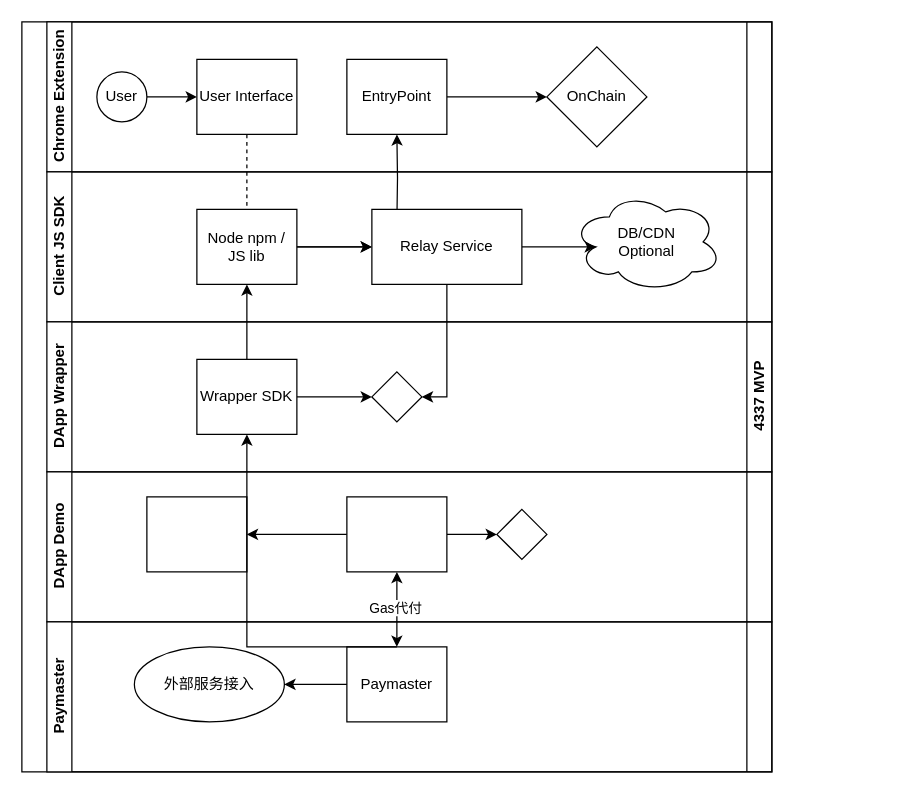
Before: dev-docs/4337-product-architecture.drawio in secret-dev87/smart-contract-wallet-4337, a draw.io diagram. Source tidied: cells renumbered, new cells numbered last; positions are measured from the earlier drawing's top-left corner, leaving out a move shared by most shapes. Both pictures are drawn from the tidied source at 125%, with x=0, y=0 at pixel (21, 21).
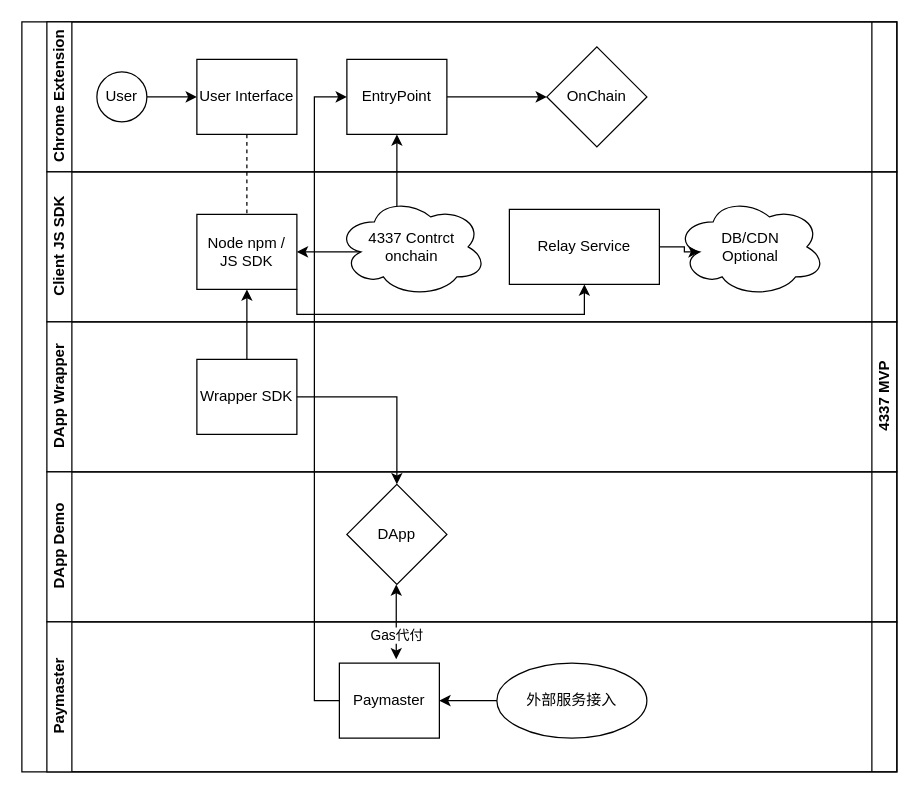
After the change.

The change refers to these unchanged cells:
```xml
<mxCell id="10" value="EntryPoint" style="rounded=0;whiteSpace=wrap;html=1;fontFamily=Helvetica;fontSize=12;fontColor=#000000;align=center;" parent="5" vertex="1">
  <mxGeometry x="240" y="30" width="80" height="60" as="geometry" />
</mxCell>
<mxCell id="18" value="Wrapper SDK" style="rounded=0;whiteSpace=wrap;html=1;fontFamily=Helvetica;fontSize=12;fontColor=#000000;align=center;" parent="16" vertex="1">
  <mxGeometry x="120" y="30" width="80" height="60" as="geometry" />
</mxCell>
```

The edit, as a diff of the source:
```diff
@@
     <mxCell id="2" value="4337 MVP" style="swimlane;html=1;horizontal=0;startSize=20;direction=west;" parent="1" vertex="1">
-      <mxGeometry width="600" height="600" as="geometry" />
+      <mxGeometry width="700" height="600" as="geometry" />
     </mxCell>
@@
-    <mxCell id="4" style="edgeStyle=orthogonalEdgeStyle;rounded=0;jettySize=auto;html=1;endArrow=classic;endFill=1;" parent="2" edge="1" target="10">
-      <mxGeometry relative="1" as="geometry">
-        <mxPoint x="300" y="160" as="sourcePoint" />
-      </mxGeometry>
+    <mxCell id="4" style="edgeStyle=orthogonalEdgeStyle;rounded=0;jettySize=auto;html=1;endArrow=classic;endFill=1;exitX=0.4;exitY=0.1;exitDx=0;exitDy=0;exitPerimeter=0;" parent="2" edge="1" source="39" target="10">
+      <mxGeometry relative="1" as="geometry" />
     </mxCell>
     <mxCell id="5" value="Chrome Extension" style="swimlane;html=1;startSize=20;horizontal=0;" parent="2" vertex="1">
-      <mxGeometry x="20" width="580" height="120" as="geometry" />
+      <mxGeometry x="20" width="680" height="120" as="geometry" />
     </mxCell>
@@
     <mxCell id="12" value="Client JS SDK" style="swimlane;html=1;startSize=20;horizontal=0;" parent="2" vertex="1">
-      <mxGeometry x="20" y="120" width="580" height="120" as="geometry" />
+      <mxGeometry x="20" y="120" width="680" height="120" as="geometry" />
     </mxCell>
-    <mxCell id="13" style="edgeStyle=orthogonalEdgeStyle;rounded=0;jettySize=auto;html=1;endArrow=classic;endFill=1;" parent="12" edge="1" source="14">
-      <mxGeometry relative="1" as="geometry">
-        <mxPoint x="260" y="60" as="targetPoint" />
-      </mxGeometry>
-    </mxCell>
+    <mxCell id="36" style="edgeStyle=orthogonalEdgeStyle;rounded=0;jettySize=auto;html=1;exitX=1;exitY=1;exitDx=0;exitDy=0;entryX=0.5;entryY=1;entryDx=0;entryDy=0;" parent="12" edge="1" source="14" target="35">
+      <mxGeometry relative="1" as="geometry" />
+    </mxCell>
-    <mxCell id="14" value="Node npm /&lt;br&gt;JS lib" style="rounded=0;whiteSpace=wrap;html=1;fontFamily=Helvetica;fontSize=12;fontColor=#000000;align=center;" parent="12" vertex="1">
-      <mxGeometry x="120" y="30" width="80" height="60" as="geometry" />
+    <mxCell id="14" value="Node npm /&lt;br&gt;JS SDK" style="rounded=0;whiteSpace=wrap;html=1;fontFamily=Helvetica;fontSize=12;fontColor=#000000;align=center;" parent="12" vertex="1">
+      <mxGeometry x="120" y="34" width="80" height="60" as="geometry" />
     </mxCell>
     <mxCell id="15" value="DB/CDN&lt;br&gt;Optional" style="ellipse;shape=cloud;whiteSpace=wrap;html=1;fontColor=#000000;rounded=0;" parent="12" vertex="1">
-      <mxGeometry x="420" y="16" width="120" height="80" as="geometry" />
+      <mxGeometry x="503" y="20" width="120" height="80" as="geometry" />
     </mxCell>
+    <mxCell id="38" style="edgeStyle=orthogonalEdgeStyle;rounded=0;jettySize=auto;html=1;exitX=0.16;exitY=0.55;exitDx=0;exitDy=0;exitPerimeter=0;" parent="12" edge="1" source="39" target="14">
+      <mxGeometry relative="1" as="geometry" />
+    </mxCell>
+    <mxCell id="39" value="4337 Contrct&lt;br&gt;onchain" style="ellipse;shape=cloud;whiteSpace=wrap;html=1;fontColor=#000000;rounded=0;" parent="12" vertex="1">
+      <mxGeometry x="232" y="20" width="120" height="80" as="geometry" />
+    </mxCell>
+    <mxCell id="35" value="Relay Service" style="whiteSpace=wrap;html=1;fontColor=#000000;rounded=0;" parent="12" vertex="1">
+      <mxGeometry x="370" y="30" width="120" height="60" as="geometry" />
+    </mxCell>
+    <mxCell id="34" style="edgeStyle=orthogonalEdgeStyle;rounded=0;jettySize=auto;html=1;entryX=0.16;entryY=0.55;entryDx=0;entryDy=0;entryPerimeter=0;" parent="12" edge="1" source="35" target="15">
+      <mxGeometry relative="1" as="geometry" />
+    </mxCell>
     <mxCell id="16" value="DApp Wrapper" style="swimlane;html=1;startSize=20;horizontal=0;" parent="2" vertex="1">
-      <mxGeometry x="20" y="240" width="580" height="120" as="geometry" />
+      <mxGeometry x="20" y="240" width="680" height="120" as="geometry" />
     </mxCell>
-    <mxCell id="17" style="edgeStyle=orthogonalEdgeStyle;rounded=0;jettySize=auto;html=1;endArrow=classic;endFill=1;" parent="16" edge="1" source="18" target="19">
-      <mxGeometry relative="1" as="geometry" />
-    </mxCell>
@@
-    <mxCell id="19" style="rhombus;whiteSpace=wrap;html=1;fontFamily=Helvetica;fontSize=12;fontColor=#000000;align=center;" parent="16" vertex="1">
-      <mxGeometry x="260" y="40" width="40" height="40" as="geometry" />
-    </mxCell>
     <mxCell id="20" value="DApp Demo" style="swimlane;html=1;startSize=20;horizontal=0;" parent="2" vertex="1">
-      <mxGeometry x="20" y="360" width="580" height="120" as="geometry" />
+      <mxGeometry x="20" y="360" width="680" height="120" as="geometry" />
     </mxCell>
-    <mxCell id="21" style="edgeStyle=orthogonalEdgeStyle;rounded=0;jettySize=auto;html=1;endArrow=classic;endFill=1;" parent="20" edge="1" source="23" target="24">
-      <mxGeometry relative="1" as="geometry" />
-    </mxCell>
-    <mxCell id="22" style="edgeStyle=orthogonalEdgeStyle;rounded=0;jettySize=auto;html=1;" parent="20" edge="1" source="23" target="25">
-      <mxGeometry relative="1" as="geometry" />
-    </mxCell>
-    <mxCell id="23" style="rounded=0;whiteSpace=wrap;html=1;fontFamily=Helvetica;fontSize=12;fontColor=#000000;align=center;" parent="20" vertex="1">
-      <mxGeometry x="240" y="20" width="80" height="60" as="geometry" />
-    </mxCell>
-    <mxCell id="24" style="rhombus;whiteSpace=wrap;html=1;fontFamily=Helvetica;fontSize=12;fontColor=#000000;align=center;" parent="20" vertex="1">
-      <mxGeometry x="360" y="30" width="40" height="40" as="geometry" />
-    </mxCell>
-    <mxCell id="25" style="rounded=0;whiteSpace=wrap;html=1;fontFamily=Helvetica;fontSize=12;fontColor=#000000;align=center;" parent="20" vertex="1">
-      <mxGeometry x="80" y="20" width="80" height="60" as="geometry" />
-    </mxCell>
+    <mxCell id="40" value="DApp" style="rhombus;whiteSpace=wrap;html=1;fontColor=#000000;rounded=0;" parent="20" vertex="1">
+      <mxGeometry x="240" y="10" width="80" height="80" as="geometry" />
+    </mxCell>
     <mxCell id="26" value="Paymaster" style="swimlane;html=1;startSize=20;horizontal=0;" parent="2" vertex="1">
-      <mxGeometry x="20" y="480" width="580" height="120" as="geometry" />
+      <mxGeometry x="20" y="480" width="680" height="120" as="geometry" />
     </mxCell>
     <mxCell id="27" value="Paymaster" style="rounded=0;whiteSpace=wrap;html=1;fontFamily=Helvetica;fontSize=12;fontColor=#000000;align=center;" parent="26" vertex="1">
-      <mxGeometry x="240" y="20" width="80" height="60" as="geometry" />
+      <mxGeometry x="234" y="33" width="80" height="60" as="geometry" />
     </mxCell>
     <mxCell id="28" value="外部服务接入" style="ellipse;whiteSpace=wrap;html=1;fontColor=#000000;rounded=0;" parent="26" vertex="1">
-      <mxGeometry x="70" y="20" width="120" height="60" as="geometry" />
+      <mxGeometry x="360" y="33" width="120" height="60" as="geometry" />
     </mxCell>
-    <mxCell id="29" style="edgeStyle=orthogonalEdgeStyle;rounded=0;jettySize=auto;html=1;" parent="26" edge="1" source="27" target="28">
-      <mxGeometry relative="1" as="geometry" />
-    </mxCell>
+    <mxCell id="41" style="endArrow=classic;html=1;rounded=0;exitX=0;exitY=0.5;exitDx=0;exitDy=0;entryX=1;entryY=0.5;entryDx=0;entryDy=0;" parent="26" edge="1" source="28" target="27">
+      <mxGeometry relative="1" as="geometry" />
+    </mxCell>
-    <mxCell id="30" style="endArrow=classic;startArrow=classic;html=1;rounded=0;entryX=0.5;entryY=1;entryDx=0;entryDy=0;" parent="26" edge="1" target="23">
+    <mxCell id="30" style="endArrow=classic;startArrow=classic;html=1;rounded=0;entryX=0.5;entryY=1;entryDx=0;entryDy=0;" parent="26" edge="1">
       <mxGeometry relative="1" as="geometry">
-        <mxPoint x="280" y="20" as="sourcePoint" />
+        <mxPoint x="279.5" y="30" as="sourcePoint" />
+        <mxPoint x="279.5" y="-30" as="targetPoint" />
       </mxGeometry>
     </mxCell>
     <mxCell id="31" value="Gas代付" style="edgeLabel;html=1;align=center;verticalAlign=middle;" parent="30" vertex="1">
-      <mxGeometry x="0.07" y="2" relative="1" as="geometry" />
+      <mxGeometry x="0.07" y="2" relative="1" as="geometry">
+        <mxPoint x="2" y="12" as="offset" />
+      </mxGeometry>
     </mxCell>
@@
-    <mxCell id="33" style="edgeStyle=orthogonalEdgeStyle;rounded=0;jettySize=auto;html=1;exitX=0.5;exitY=0;exitDx=0;exitDy=0;" parent="1" edge="1" source="27">
-      <mxGeometry relative="1" as="geometry">
-        <mxPoint x="180" y="330" as="targetPoint" />
-        <Array as="points">
-          <mxPoint x="180" y="500" />
-        </Array>
-      </mxGeometry>
-    </mxCell>
-    <mxCell id="34" style="edgeStyle=orthogonalEdgeStyle;rounded=0;jettySize=auto;html=1;entryX=0.16;entryY=0.55;entryDx=0;entryDy=0;entryPerimeter=0;" parent="1" edge="1" source="35" target="15">
-      <mxGeometry relative="1" as="geometry" />
-    </mxCell>
-    <mxCell id="35" value="Relay Service" style="whiteSpace=wrap;html=1;fontColor=#000000;rounded=0;" parent="1" vertex="1">
-      <mxGeometry x="280" y="150" width="120" height="60" as="geometry" />
-    </mxCell>
-    <mxCell id="36" style="edgeStyle=orthogonalEdgeStyle;rounded=0;jettySize=auto;html=1;" parent="1" edge="1" source="14" target="35">
-      <mxGeometry relative="1" as="geometry" />
-    </mxCell>
-    <mxCell id="37" style="edgeStyle=orthogonalEdgeStyle;rounded=0;jettySize=auto;html=1;endArrow=classic;endFill=1;exitX=0.5;exitY=1;exitDx=0;exitDy=0;entryX=1;entryY=0.5;entryDx=0;entryDy=0;" parent="1" edge="1" source="35" target="19">
-      <mxGeometry relative="1" as="geometry" />
-    </mxCell>
+    <mxCell id="42" style="edgeStyle=orthogonalEdgeStyle;rounded=0;jettySize=auto;html=1;exitX=0;exitY=0.5;exitDx=0;exitDy=0;entryX=0;entryY=0.5;entryDx=0;entryDy=0;" parent="2" edge="1" source="27" target="10">
+      <mxGeometry relative="1" as="geometry" />
+    </mxCell>
+    <mxCell id="43" style="edgeStyle=orthogonalEdgeStyle;rounded=0;jettySize=auto;html=1;entryX=0.5;entryY=0;entryDx=0;entryDy=0;" parent="2" edge="1" source="18" target="40">
+      <mxGeometry relative="1" as="geometry" />
+    </mxCell>
```
